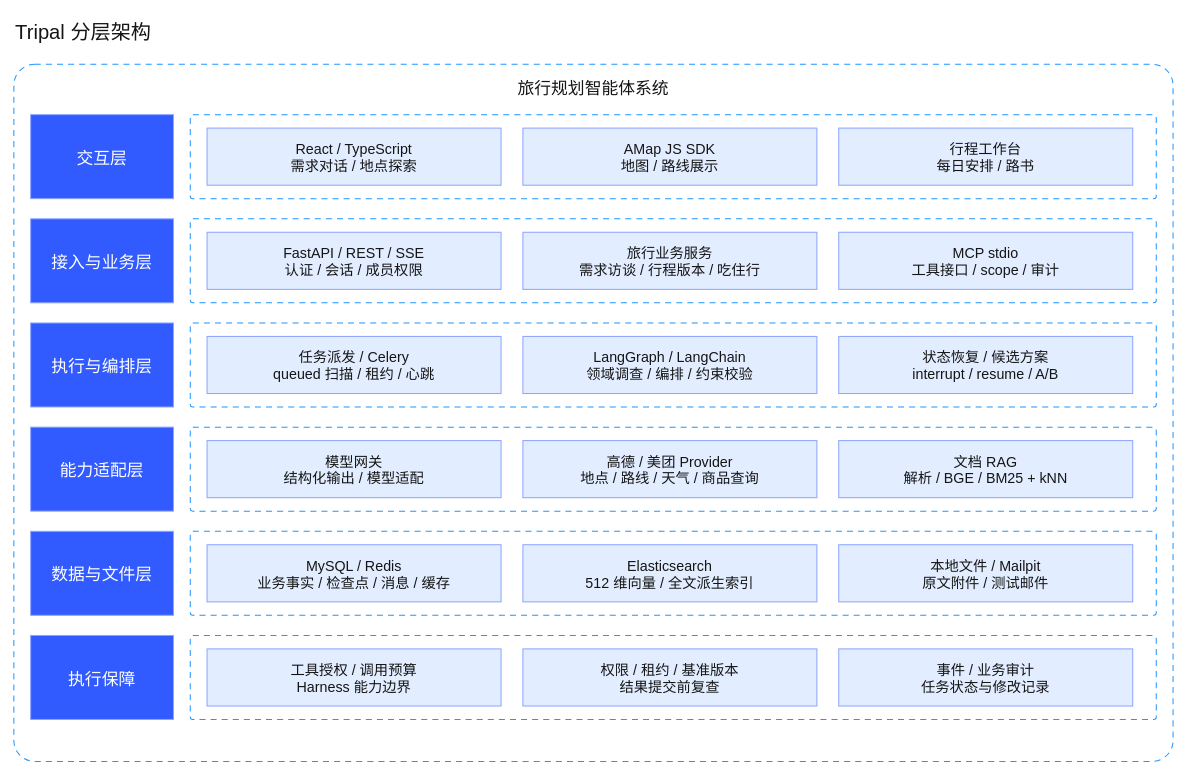
Before: docs/assets/architecture/structured/02-layered.drawio in JingleiCui/TripPal, a draw.io diagram. Source tidied: cells renumbered, new cells numbered last; positions are measured from the earlier drawing's top-left corner, leaving out a move shared by most shapes. Both pictures are drawn from the tidied source at 84%, with x=0, y=0 at pixel (13, 13).
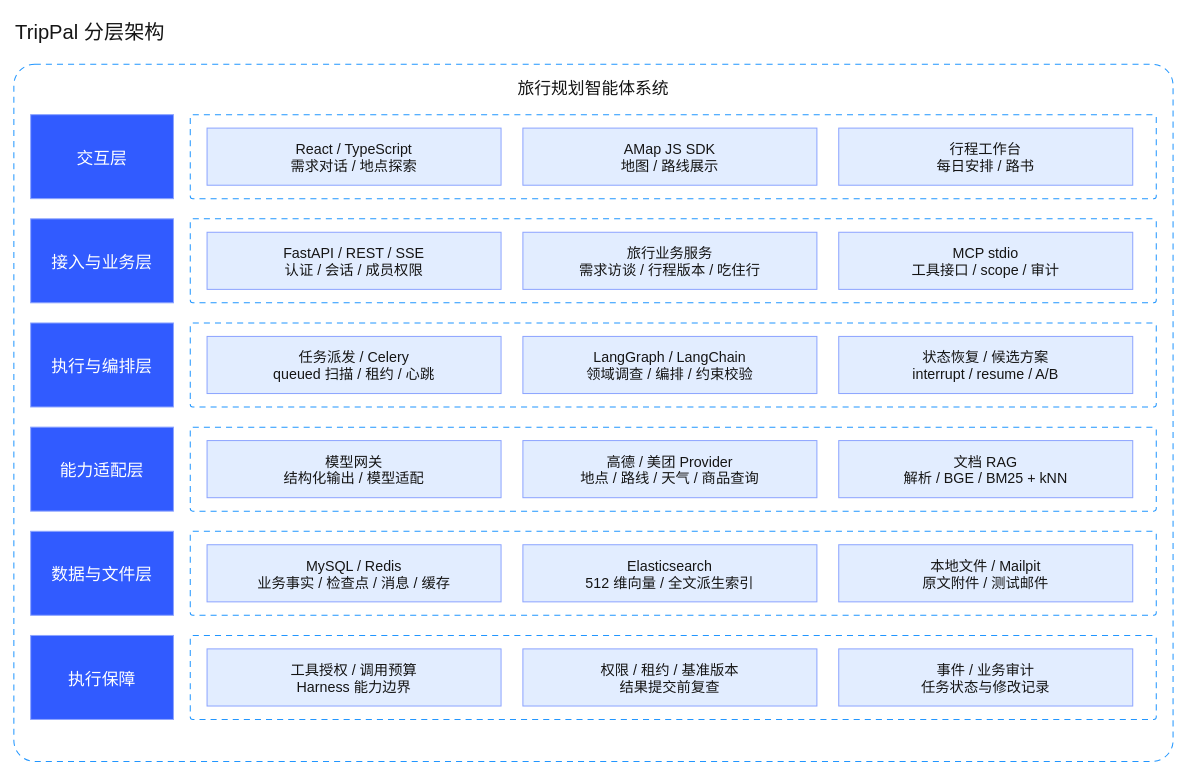
After the change.

Change to the diagram source:
```diff
@@
-    <mxCell id="2" value="Tripal 分层架构" style="html=0;fontFamily=Arial;fontColor=#151515;strokeWidth=1.2;text;align=left;verticalAlign=middle;fontSize=24;" parent="1" vertex="1">
+    <mxCell id="2" value="TripPal 分层架构" style="html=0;fontFamily=Arial;fontColor=#151515;strokeWidth=1.2;text;align=left;verticalAlign=middle;fontSize=24;" parent="1" vertex="1">
       <mxGeometry width="1380" height="40" as="geometry" />
     </mxCell>
```
